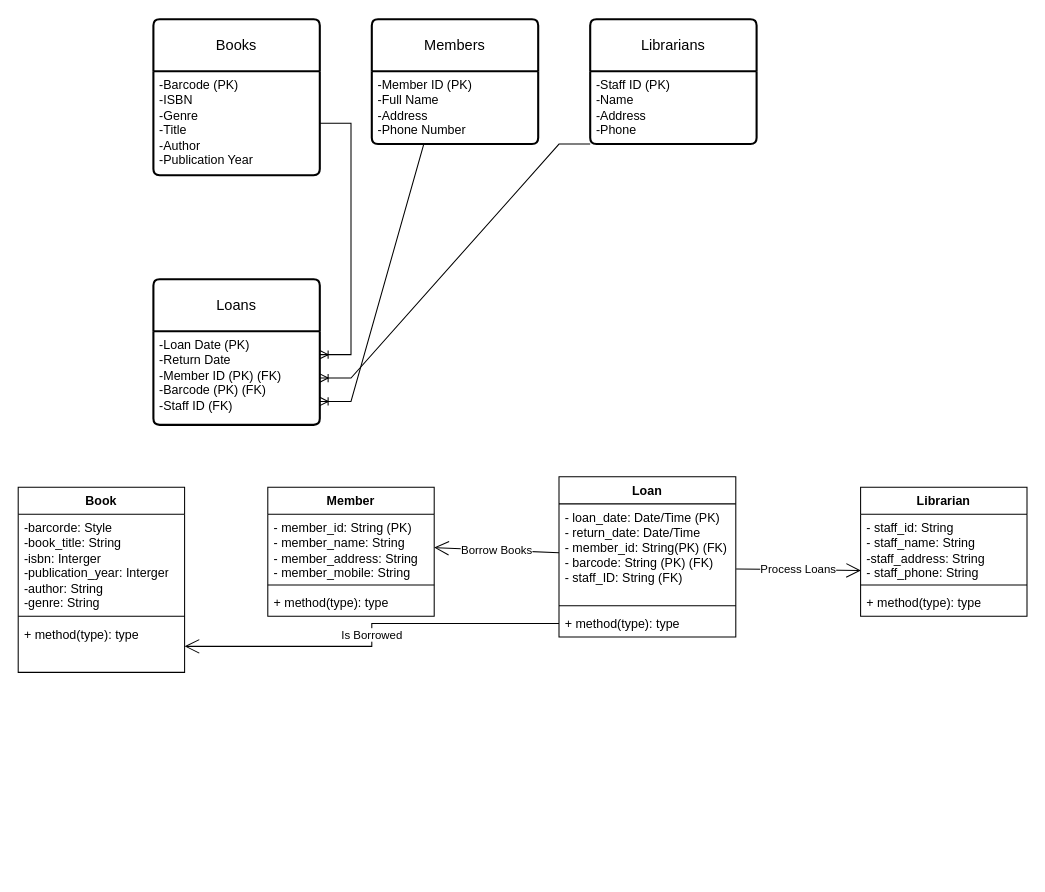
This is Library.drawio from SussySala/at1, a draw.io file, before an edit. Source tidied: cells renumbered, new cells numbered last; positions are measured from the earlier drawing's top-left corner, leaving out a move shared by most shapes. Both pictures are drawn from the tidied source at 104%, with x=0, y=0 at pixel (18, 19).
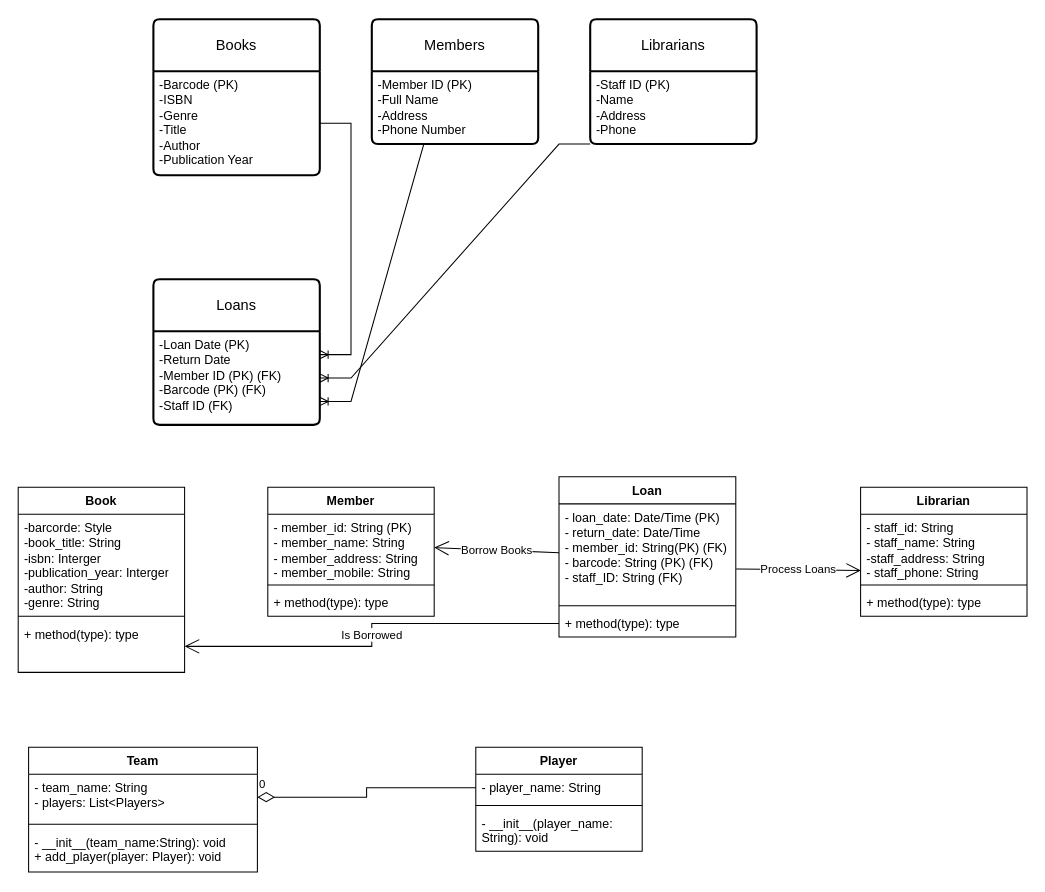
After the change.

Change to the diagram source:
```diff
@@
+    <mxCell id="32" value="Team" style="swimlane;fontStyle=1;align=center;verticalAlign=top;horizontal=1;startSize=26;whiteSpace=wrap;html=1;" parent="1" vertex="1">
+      <mxGeometry x="10" y="700" width="220" height="120" as="geometry" />
+    </mxCell>
+    <mxCell id="33" value="- team_name: String&lt;div&gt;- players: List&amp;lt;Players&amp;gt;&lt;/div&gt;" style="text;strokeColor=none;fillColor=none;align=left;verticalAlign=top;spacingLeft=4;spacingRight=4;overflow=hidden;points=[[0,0.5],[1,0.5]];portConstraint=eastwest;whiteSpace=wrap;html=1;" parent="32" vertex="1">
+      <mxGeometry y="26" width="220" height="44" as="geometry" />
+    </mxCell>
+    <mxCell id="34" style="line;strokeWidth=1;fillColor=none;align=left;verticalAlign=middle;spacingTop=-1;spacingLeft=3;spacingRight=3;labelPosition=right;strokeColor=inherit;" parent="32" vertex="1">
+      <mxGeometry y="70" width="220" height="8" as="geometry" />
+    </mxCell>
+    <mxCell id="35" value="- __init__(team_name:String): void&lt;div&gt;+ add_player(player: Player): void&lt;/div&gt;" style="text;strokeColor=none;fillColor=none;align=left;verticalAlign=top;spacingLeft=4;spacingRight=4;overflow=hidden;whiteSpace=wrap;html=1;" parent="32" vertex="1">
+      <mxGeometry y="78" width="220" height="42" as="geometry" />
+    </mxCell>
+    <mxCell id="36" value="Player" style="swimlane;fontStyle=1;align=center;verticalAlign=top;horizontal=1;startSize=26;whiteSpace=wrap;html=1;" parent="1" vertex="1">
+      <mxGeometry x="440" y="700" width="160" height="100" as="geometry" />
+    </mxCell>
+    <mxCell id="37" value="- player_name: String" style="text;strokeColor=none;fillColor=none;align=left;verticalAlign=top;spacingLeft=4;spacingRight=4;overflow=hidden;points=[[0,0.5],[1,0.5]];portConstraint=eastwest;whiteSpace=wrap;html=1;" parent="36" vertex="1">
+      <mxGeometry y="26" width="160" height="26" as="geometry" />
+    </mxCell>
+    <mxCell id="38" style="line;strokeWidth=1;fillColor=none;align=left;verticalAlign=middle;spacingTop=-1;spacingLeft=3;spacingRight=3;labelPosition=right;strokeColor=inherit;" parent="36" vertex="1">
+      <mxGeometry y="52" width="160" height="8" as="geometry" />
+    </mxCell>
+    <mxCell id="39" value="- __init__(player_name: String): void" style="text;strokeColor=none;fillColor=none;align=left;verticalAlign=top;spacingLeft=4;spacingRight=4;overflow=hidden;whiteSpace=wrap;html=1;" parent="36" vertex="1">
+      <mxGeometry y="60" width="160" height="40" as="geometry" />
+    </mxCell>
+    <mxCell id="40" value="0" style="endArrow=none;html=1;endSize=12;startArrow=diamondThin;startSize=14;startFill=0;edgeStyle=orthogonalEdgeStyle;align=left;verticalAlign=bottom;rounded=0;entryX=0;entryY=0.5;entryDx=0;entryDy=0;endFill=0;" parent="1" edge="1" source="33" target="37">
+      <mxGeometry x="-1" y="3" relative="1" as="geometry" />
+    </mxCell>
```
